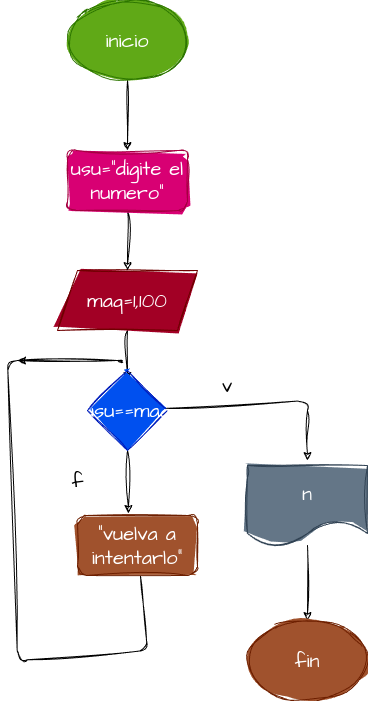
This is diagrama.png from penguindavid/adivina-el-numero, a draw.io export, as it was before one commit. Source tidied: cells renumbered, new cells last; positions are measured from the earlier drawing's top-left corner, leaving out a move shared by most shapes. The source it was exported from:
```xml
<mxGraphModel>
  <root>
    <mxCell id="0" />
    <mxCell id="1" parent="0" />
    <mxCell id="2" style="edgeStyle=none;sketch=1;hachureGap=4;jiggle=2;curveFitting=1;html=1;fontFamily=Architects Daughter;fontSource=https%3A%2F%2Ffonts.googleapis.com%2Fcss%3Ffamily%3DArchitects%2BDaughter;fontSize=16;" parent="1" edge="1" source="3">
      <mxGeometry relative="1" as="geometry">
        <mxPoint x="120" y="150" as="targetPoint" />
      </mxGeometry>
    </mxCell>
    <mxCell id="3" value="inicio" style="ellipse;whiteSpace=wrap;html=1;sketch=1;hachureGap=4;jiggle=2;curveFitting=1;fontFamily=Architects Daughter;fontSource=https%3A%2F%2Ffonts.googleapis.com%2Fcss%3Ffamily%3DArchitects%2BDaughter;fontSize=20;fillColor=#60a917;fontColor=#ffffff;strokeColor=#2D7600;fillStyle=solid;" parent="1" vertex="1">
      <mxGeometry x="60" width="120" height="80" as="geometry" />
    </mxCell>
    <mxCell id="4" style="edgeStyle=none;sketch=1;hachureGap=4;jiggle=2;curveFitting=1;html=1;fontFamily=Architects Daughter;fontSource=https%3A%2F%2Ffonts.googleapis.com%2Fcss%3Ffamily%3DArchitects%2BDaughter;fontSize=16;entryX=0.5;entryY=0;entryDx=0;entryDy=0;" parent="1" edge="1" source="5">
      <mxGeometry relative="1" as="geometry">
        <mxPoint x="120" y="380" as="targetPoint" />
      </mxGeometry>
    </mxCell>
    <mxCell id="5" value="maq=1,100" style="shape=parallelogram;perimeter=parallelogramPerimeter;whiteSpace=wrap;html=1;fixedSize=1;sketch=1;hachureGap=4;jiggle=2;curveFitting=1;fontFamily=Architects Daughter;fontSource=https%3A%2F%2Ffonts.googleapis.com%2Fcss%3Ffamily%3DArchitects%2BDaughter;fontSize=20;fillStyle=solid;fillColor=#a20025;fontColor=#ffffff;strokeColor=#6F0000;" parent="1" vertex="1">
      <mxGeometry x="50" y="270" width="140" height="60" as="geometry" />
    </mxCell>
    <mxCell id="6" style="edgeStyle=none;sketch=1;hachureGap=4;jiggle=2;curveFitting=1;html=1;fontFamily=Architects Daughter;fontSource=https%3A%2F%2Ffonts.googleapis.com%2Fcss%3Ffamily%3DArchitects%2BDaughter;fontSize=16;" parent="1" edge="1" source="8">
      <mxGeometry relative="1" as="geometry">
        <mxPoint x="300" y="460" as="targetPoint" />
        <Array as="points">
          <mxPoint x="300" y="400" />
        </Array>
      </mxGeometry>
    </mxCell>
    <mxCell id="7" style="edgeStyle=none;sketch=1;hachureGap=4;jiggle=2;curveFitting=1;html=1;exitX=0.5;exitY=1;exitDx=0;exitDy=0;fontFamily=Architects Daughter;fontSource=https%3A%2F%2Ffonts.googleapis.com%2Fcss%3Ffamily%3DArchitects%2BDaughter;fontSize=16;entryX=0.425;entryY=-0.033;entryDx=0;entryDy=0;entryPerimeter=0;" parent="1" edge="1" source="8" target="16">
      <mxGeometry relative="1" as="geometry" />
    </mxCell>
    <mxCell id="8" value="usu==maq" style="rhombus;whiteSpace=wrap;html=1;sketch=1;hachureGap=4;jiggle=2;curveFitting=1;fontFamily=Architects Daughter;fontSource=https%3A%2F%2Ffonts.googleapis.com%2Fcss%3Ffamily%3DArchitects%2BDaughter;fontSize=20;fillColor=#0050ef;fontColor=#ffffff;strokeColor=#001DBC;fillStyle=solid;" parent="1" vertex="1">
      <mxGeometry x="80" y="370" width="80" height="80" as="geometry" />
    </mxCell>
    <mxCell id="9" style="edgeStyle=none;sketch=1;hachureGap=4;jiggle=2;curveFitting=1;html=1;fontFamily=Architects Daughter;fontSource=https%3A%2F%2Ffonts.googleapis.com%2Fcss%3Ffamily%3DArchitects%2BDaughter;fontSize=16;entryX=0.5;entryY=0;entryDx=0;entryDy=0;" parent="1" edge="1" source="10" target="5">
      <mxGeometry relative="1" as="geometry" />
    </mxCell>
    <mxCell id="10" value="usu=&quot;digite el numero&quot;" style="rounded=1;whiteSpace=wrap;html=1;sketch=1;hachureGap=4;jiggle=2;curveFitting=1;fontFamily=Architects Daughter;fontSource=https%3A%2F%2Ffonts.googleapis.com%2Fcss%3Ffamily%3DArchitects%2BDaughter;fontSize=20;fillColor=#d80073;fontColor=#ffffff;strokeColor=#A50040;fillStyle=solid;" parent="1" vertex="1">
      <mxGeometry x="60" y="150" width="120" height="60" as="geometry" />
    </mxCell>
    <mxCell id="11" style="edgeStyle=none;sketch=1;hachureGap=4;jiggle=2;curveFitting=1;html=1;fontFamily=Architects Daughter;fontSource=https%3A%2F%2Ffonts.googleapis.com%2Fcss%3Ffamily%3DArchitects%2BDaughter;fontSize=16;" parent="1" edge="1" source="12">
      <mxGeometry relative="1" as="geometry">
        <mxPoint x="300" y="620" as="targetPoint" />
      </mxGeometry>
    </mxCell>
    <mxCell id="12" value="n" style="shape=document;whiteSpace=wrap;html=1;boundedLbl=1;sketch=1;hachureGap=4;jiggle=2;curveFitting=1;fontFamily=Architects Daughter;fontSource=https%3A%2F%2Ffonts.googleapis.com%2Fcss%3Ffamily%3DArchitects%2BDaughter;fontSize=20;fillColor=#647687;fontColor=#ffffff;strokeColor=#314354;fillStyle=solid;" parent="1" vertex="1">
      <mxGeometry x="240" y="465" width="120" height="80" as="geometry" />
    </mxCell>
    <mxCell id="13" value="fin" style="ellipse;whiteSpace=wrap;html=1;sketch=1;hachureGap=4;jiggle=2;curveFitting=1;fontFamily=Architects Daughter;fontSource=https%3A%2F%2Ffonts.googleapis.com%2Fcss%3Ffamily%3DArchitects%2BDaughter;fontSize=20;fillColor=#a0522d;fontColor=#ffffff;strokeColor=#6D1F00;fillStyle=solid;" parent="1" vertex="1">
      <mxGeometry x="240" y="620" width="120" height="80" as="geometry" />
    </mxCell>
    <mxCell id="14" value="v" style="text;html=1;strokeColor=none;fillColor=none;align=center;verticalAlign=middle;whiteSpace=wrap;rounded=0;sketch=1;hachureGap=4;jiggle=2;curveFitting=1;fontFamily=Architects Daughter;fontSource=https%3A%2F%2Ffonts.googleapis.com%2Fcss%3Ffamily%3DArchitects%2BDaughter;fontSize=20;" parent="1" vertex="1">
      <mxGeometry x="190" y="370" width="60" height="30" as="geometry" />
    </mxCell>
    <mxCell id="15" style="edgeStyle=none;sketch=1;hachureGap=4;jiggle=2;curveFitting=1;html=1;fontFamily=Architects Daughter;fontSource=https%3A%2F%2Ffonts.googleapis.com%2Fcss%3Ffamily%3DArchitects%2BDaughter;fontSize=16;" parent="1" edge="1" source="16">
      <mxGeometry relative="1" as="geometry">
        <mxPoint x="10" y="360" as="targetPoint" />
        <Array as="points">
          <mxPoint x="140" y="650" />
          <mxPoint x="10" y="660" />
          <mxPoint y="360" />
          <mxPoint x="120" y="360" />
        </Array>
      </mxGeometry>
    </mxCell>
    <mxCell id="16" value="&quot;vuelva a intentarlo&quot;" style="rounded=1;whiteSpace=wrap;html=1;sketch=1;hachureGap=4;jiggle=2;curveFitting=1;fontFamily=Architects Daughter;fontSource=https%3A%2F%2Ffonts.googleapis.com%2Fcss%3Ffamily%3DArchitects%2BDaughter;fontSize=20;fillColor=#a0522d;fontColor=#ffffff;strokeColor=#6D1F00;fillStyle=solid;" parent="1" vertex="1">
      <mxGeometry x="70" y="515" width="120" height="60" as="geometry" />
    </mxCell>
    <mxCell id="17" value="f" style="text;html=1;align=center;verticalAlign=middle;strokeColor=none;fillColor=none;fontSize=20;fontFamily=Architects Daughter;sketch=1;hachureGap=4;jiggle=2;curveFitting=1;fontSource=https%3A%2F%2Ffonts.googleapis.com%2Fcss%3Ffamily%3DArchitects%2BDaughter;" parent="1" vertex="1">
      <mxGeometry x="50" y="460" width="40" height="40" as="geometry" />
    </mxCell>
  </root>
</mxGraphModel>
```
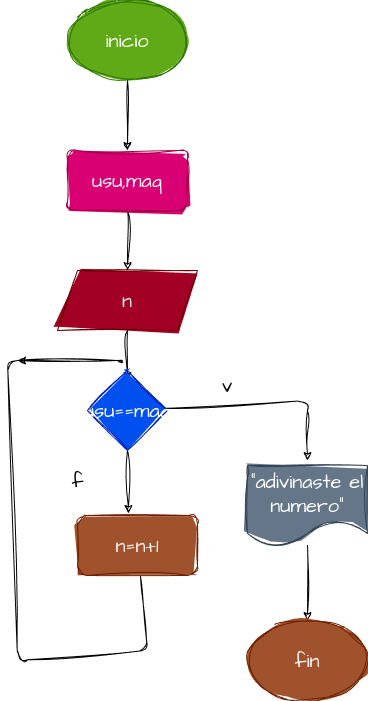
Above is the later version.

Diff of the diagram source:
```diff
@@ -15,7 +15,7 @@
         <mxPoint x="120" y="380" as="targetPoint" />
       </mxGeometry>
     </mxCell>
-    <mxCell id="5" value="maq=1,100" style="shape=parallelogram;perimeter=parallelogramPerimeter;whiteSpace=wrap;html=1;fixedSize=1;sketch=1;hachureGap=4;jiggle=2;curveFitting=1;fontFamily=Architects Daughter;fontSource=https%3A%2F%2Ffonts.googleapis.com%2Fcss%3Ffamily%3DArchitects%2BDaughter;fontSize=20;fillStyle=solid;fillColor=#a20025;fontColor=#ffffff;strokeColor=#6F0000;" parent="1" vertex="1">
+    <mxCell id="5" value="n" style="shape=parallelogram;perimeter=parallelogramPerimeter;whiteSpace=wrap;html=1;fixedSize=1;sketch=1;hachureGap=4;jiggle=2;curveFitting=1;fontFamily=Architects Daughter;fontSource=https%3A%2F%2Ffonts.googleapis.com%2Fcss%3Ffamily%3DArchitects%2BDaughter;fontSize=20;fillStyle=solid;fillColor=#a20025;fontColor=#ffffff;strokeColor=#6F0000;" parent="1" vertex="1">
       <mxGeometry x="50" y="270" width="140" height="60" as="geometry" />
     </mxCell>
     <mxCell id="6" style="edgeStyle=none;sketch=1;hachureGap=4;jiggle=2;curveFitting=1;html=1;fontFamily=Architects Daughter;fontSource=https%3A%2F%2Ffonts.googleapis.com%2Fcss%3Ffamily%3DArchitects%2BDaughter;fontSize=16;" parent="1" edge="1" source="8">
@@ -35,7 +35,7 @@
     <mxCell id="9" style="edgeStyle=none;sketch=1;hachureGap=4;jiggle=2;curveFitting=1;html=1;fontFamily=Architects Daughter;fontSource=https%3A%2F%2Ffonts.googleapis.com%2Fcss%3Ffamily%3DArchitects%2BDaughter;fontSize=16;entryX=0.5;entryY=0;entryDx=0;entryDy=0;" parent="1" edge="1" source="10" target="5">
       <mxGeometry relative="1" as="geometry" />
     </mxCell>
-    <mxCell id="10" value="usu=&quot;digite el numero&quot;" style="rounded=1;whiteSpace=wrap;html=1;sketch=1;hachureGap=4;jiggle=2;curveFitting=1;fontFamily=Architects Daughter;fontSource=https%3A%2F%2Ffonts.googleapis.com%2Fcss%3Ffamily%3DArchitects%2BDaughter;fontSize=20;fillColor=#d80073;fontColor=#ffffff;strokeColor=#A50040;fillStyle=solid;" parent="1" vertex="1">
+    <mxCell id="10" value="usu,maq" style="rounded=1;whiteSpace=wrap;html=1;sketch=1;hachureGap=4;jiggle=2;curveFitting=1;fontFamily=Architects Daughter;fontSource=https%3A%2F%2Ffonts.googleapis.com%2Fcss%3Ffamily%3DArchitects%2BDaughter;fontSize=20;fillColor=#d80073;fontColor=#ffffff;strokeColor=#A50040;fillStyle=solid;" parent="1" vertex="1">
       <mxGeometry x="60" y="150" width="120" height="60" as="geometry" />
     </mxCell>
     <mxCell id="11" style="edgeStyle=none;sketch=1;hachureGap=4;jiggle=2;curveFitting=1;html=1;fontFamily=Architects Daughter;fontSource=https%3A%2F%2Ffonts.googleapis.com%2Fcss%3Ffamily%3DArchitects%2BDaughter;fontSize=16;" parent="1" edge="1" source="12">
@@ -43,7 +43,7 @@
         <mxPoint x="300" y="620" as="targetPoint" />
       </mxGeometry>
     </mxCell>
-    <mxCell id="12" value="n" style="shape=document;whiteSpace=wrap;html=1;boundedLbl=1;sketch=1;hachureGap=4;jiggle=2;curveFitting=1;fontFamily=Architects Daughter;fontSource=https%3A%2F%2Ffonts.googleapis.com%2Fcss%3Ffamily%3DArchitects%2BDaughter;fontSize=20;fillColor=#647687;fontColor=#ffffff;strokeColor=#314354;fillStyle=solid;" parent="1" vertex="1">
+    <mxCell id="12" value="&quot;adivinaste el numero&quot;" style="shape=document;whiteSpace=wrap;html=1;boundedLbl=1;sketch=1;hachureGap=4;jiggle=2;curveFitting=1;fontFamily=Architects Daughter;fontSource=https%3A%2F%2Ffonts.googleapis.com%2Fcss%3Ffamily%3DArchitects%2BDaughter;fontSize=20;fillColor=#647687;fontColor=#ffffff;strokeColor=#314354;fillStyle=solid;" parent="1" vertex="1">
       <mxGeometry x="240" y="465" width="120" height="80" as="geometry" />
     </mxCell>
     <mxCell id="13" value="fin" style="ellipse;whiteSpace=wrap;html=1;sketch=1;hachureGap=4;jiggle=2;curveFitting=1;fontFamily=Architects Daughter;fontSource=https%3A%2F%2Ffonts.googleapis.com%2Fcss%3Ffamily%3DArchitects%2BDaughter;fontSize=20;fillColor=#a0522d;fontColor=#ffffff;strokeColor=#6D1F00;fillStyle=solid;" parent="1" vertex="1">
@@ -63,7 +63,7 @@
         </Array>
       </mxGeometry>
     </mxCell>
-    <mxCell id="16" value="&quot;vuelva a intentarlo&quot;" style="rounded=1;whiteSpace=wrap;html=1;sketch=1;hachureGap=4;jiggle=2;curveFitting=1;fontFamily=Architects Daughter;fontSource=https%3A%2F%2Ffonts.googleapis.com%2Fcss%3Ffamily%3DArchitects%2BDaughter;fontSize=20;fillColor=#a0522d;fontColor=#ffffff;strokeColor=#6D1F00;fillStyle=solid;" parent="1" vertex="1">
+    <mxCell id="16" value="n=n+1" style="rounded=1;whiteSpace=wrap;html=1;sketch=1;hachureGap=4;jiggle=2;curveFitting=1;fontFamily=Architects Daughter;fontSource=https%3A%2F%2Ffonts.googleapis.com%2Fcss%3Ffamily%3DArchitects%2BDaughter;fontSize=20;fillColor=#a0522d;fontColor=#ffffff;strokeColor=#6D1F00;fillStyle=solid;" parent="1" vertex="1">
       <mxGeometry x="70" y="515" width="120" height="60" as="geometry" />
     </mxCell>
     <mxCell id="17" value="f" style="text;html=1;align=center;verticalAlign=middle;strokeColor=none;fillColor=none;fontSize=20;fontFamily=Architects Daughter;sketch=1;hachureGap=4;jiggle=2;curveFitting=1;fontSource=https%3A%2F%2Ffonts.googleapis.com%2Fcss%3Ffamily%3DArchitects%2BDaughter;" parent="1" vertex="1">
```
